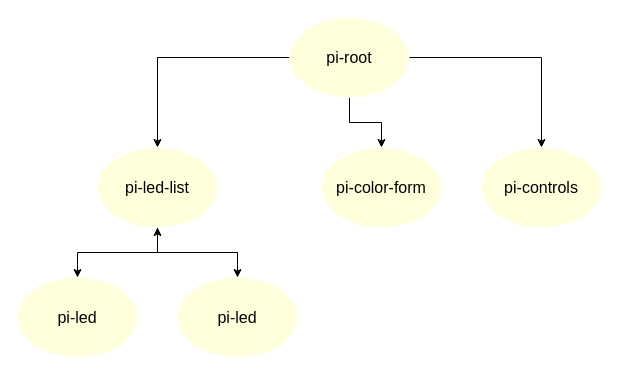
Before: page "Scratchpad" (3 of 3) of TypeScript.drawio in gjungb/Zeichnungen, a draw.io diagram. Source tidied: cells renumbered, new cells numbered last; positions are measured from the earlier drawing's top-left corner, leaving out a move shared by most shapes. Both pictures are drawn from the tidied source at 100%, with x=0, y=0 at pixel (17, 17).
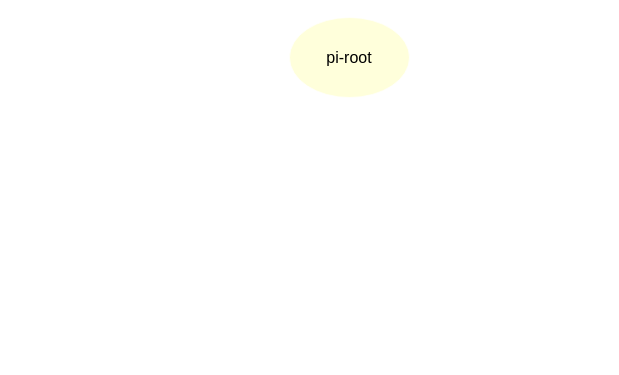
Above is the later version.

Diff of the diagram source:
```diff
@@
 <mxGraphModel>
   <root>
     <mxCell id="0" />
     <mxCell id="1" parent="0" />
-    <mxCell id="2" style="edgeStyle=orthogonalEdgeStyle;rounded=0;jettySize=auto;html=1;fontFamily=Fira Code;fontSize=20;fontColor=#000000;" parent="1" edge="1" source="4" target="9">
-      <mxGeometry relative="1" as="geometry" />
-    </mxCell>
-    <mxCell id="3" style="edgeStyle=orthogonalEdgeStyle;rounded=0;jettySize=auto;html=1;fontFamily=Fira Code;fontSize=20;fontColor=#000000;" parent="1" edge="1" source="4" target="5">
-      <mxGeometry relative="1" as="geometry" />
-    </mxCell>
     <mxCell id="4" value="pi-root" style="ellipse;whiteSpace=wrap;html=1;strokeColor=#FFFFFF;fillColor=#FFFFCC;fontFamily=Fira Code;fontSize=16;fontColor=#000000;opacity=70;align=center;" parent="1" vertex="1">
       <mxGeometry x="272" width="120" height="80" as="geometry" />
     </mxCell>
-    <mxCell id="5" value="pi-color-form" style="ellipse;whiteSpace=wrap;html=1;strokeColor=#FFFFFF;fillColor=#FFFFCC;fontFamily=Fira Code;fontSize=16;fontColor=#000000;opacity=70;align=center;" parent="1" vertex="1">
-      <mxGeometry x="304" y="130" width="120" height="80" as="geometry" />
-    </mxCell>
-    <mxCell id="6" style="edgeStyle=orthogonalEdgeStyle;rounded=0;jettySize=auto;html=1;fontFamily=Fira Code;fontSize=20;fontColor=#000000;" parent="1" edge="1" source="9" target="12">
-      <mxGeometry relative="1" as="geometry" />
-    </mxCell>
-    <mxCell id="7" style="edgeStyle=orthogonalEdgeStyle;rounded=0;jettySize=auto;html=1;fontFamily=Fira Code;fontSize=20;fontColor=#000000;startArrow=classic;startFill=1;" parent="1" edge="1" source="9" target="11">
-      <mxGeometry relative="1" as="geometry" />
-    </mxCell>
-    <mxCell id="8" style="edgeStyle=orthogonalEdgeStyle;rounded=0;jettySize=auto;html=1;fontFamily=Fira Code;fontSize=20;fontColor=#000000;" parent="1" edge="1" source="4" target="10">
-      <mxGeometry relative="1" as="geometry" />
-    </mxCell>
-    <mxCell id="9" value="pi-led-list" style="ellipse;whiteSpace=wrap;html=1;strokeColor=#FFFFFF;fillColor=#FFFFCC;fontFamily=Fira Code;fontSize=16;fontColor=#000000;opacity=70;align=center;" parent="1" vertex="1">
-      <mxGeometry x="80" y="130" width="120" height="80" as="geometry" />
-    </mxCell>
-    <mxCell id="10" value="pi-controls" style="ellipse;whiteSpace=wrap;html=1;strokeColor=#FFFFFF;fillColor=#FFFFCC;fontFamily=Fira Code;fontSize=16;fontColor=#000000;opacity=70;align=center;" parent="1" vertex="1">
-      <mxGeometry x="464" y="130" width="120" height="80" as="geometry" />
-    </mxCell>
-    <mxCell id="11" value="pi-led" style="ellipse;whiteSpace=wrap;html=1;strokeColor=#FFFFFF;fillColor=#FFFFCC;fontFamily=Fira Code;fontSize=16;fontColor=#000000;opacity=70;align=center;" parent="1" vertex="1">
-      <mxGeometry x="160" y="260" width="120" height="80" as="geometry" />
-    </mxCell>
-    <mxCell id="12" value="pi-led" style="ellipse;whiteSpace=wrap;html=1;strokeColor=#FFFFFF;fillColor=#FFFFCC;fontFamily=Fira Code;fontSize=16;fontColor=#000000;opacity=70;align=center;" parent="1" vertex="1">
-      <mxGeometry y="260" width="120" height="80" as="geometry" />
-    </mxCell>
   </root>
 </mxGraphModel>
```
